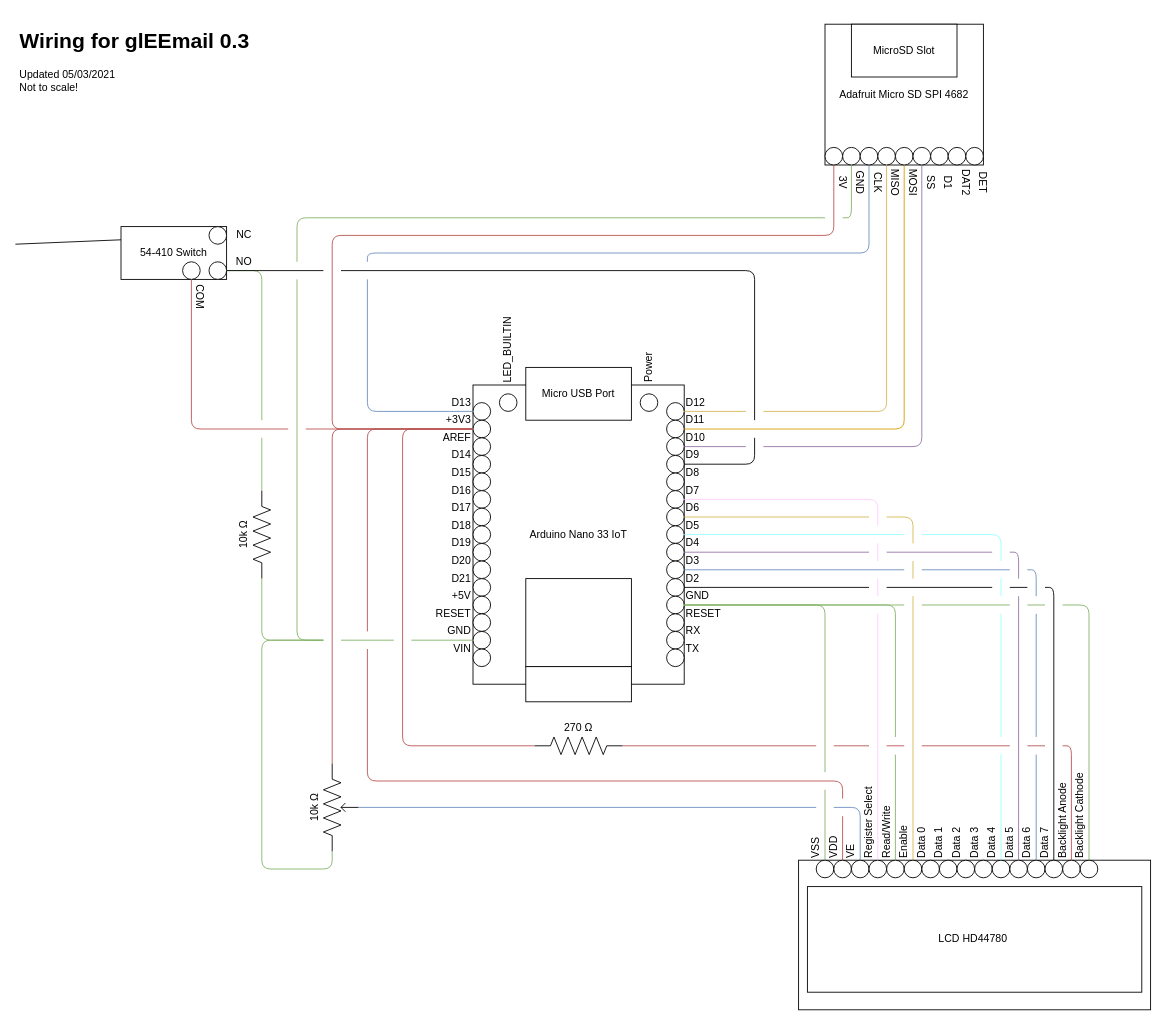
This is documentation/wiring diagram.drawio from Matt-and-Gib/gleemail, a draw.io file, before an edit. Source tidied: cells renumbered, new cells numbered last; positions are measured from the earlier drawing's top-left corner, leaving out a move shared by most shapes. Both pictures are drawn from the tidied source at 88%, with x=0, y=0 at pixel (15, 24).
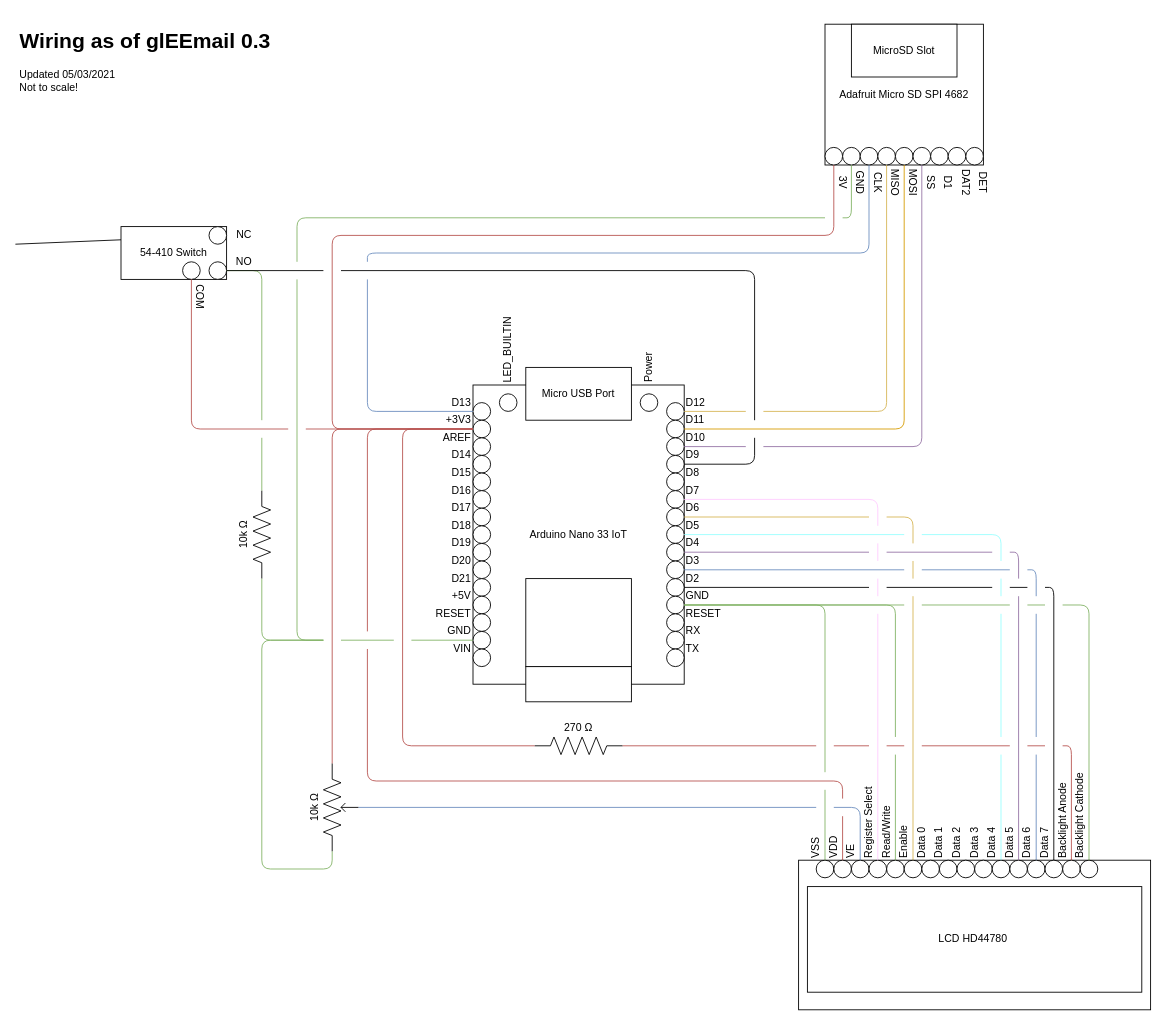
The same page after the edit.

Commit message (it also covers changes not shown here):
Revised wording in wiring diagram

Change to the diagram source:
```diff
@@
-    <mxCell id="2" value="&lt;h1&gt;Wiring for glEEmail 0.3&lt;/h1&gt;&lt;p&gt;Updated 05/03/2021&lt;br&gt;Not to scale!&lt;/p&gt;" style="text;html=1;strokeColor=none;fillColor=none;spacing=5;spacingTop=-20;whiteSpace=wrap;overflow=hidden;rounded=0;" parent="1" vertex="1">
-      <mxGeometry width="280" height="120" as="geometry" />
+    <mxCell id="2" value="&lt;h1&gt;Wiring as of glEEmail 0.3&lt;/h1&gt;&lt;p&gt;Updated 05/03/2021&lt;br&gt;Not to scale!&lt;/p&gt;" style="text;html=1;strokeColor=none;fillColor=none;spacing=5;spacingTop=-20;whiteSpace=wrap;overflow=hidden;rounded=0;" parent="1" vertex="1">
+      <mxGeometry width="320" height="80" as="geometry" />
     </mxCell>
```
